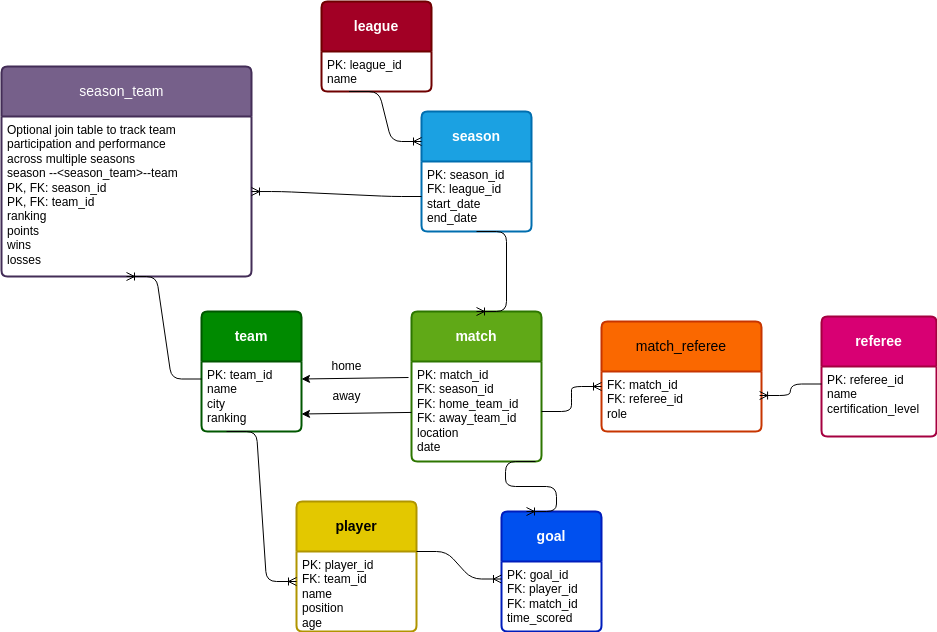
The draw.io diagram soccer_league.png in aracope/26.4_DDL_Schema-Design, before a commit. Source tidied: cells renumbered, new cells last; positions are measured from the earlier drawing's top-left corner, leaving out a move shared by most shapes. Its diagram source:
```xml
<mxGraphModel>
  <root>
    <mxCell id="0" />
    <mxCell id="1" parent="0" />
    <mxCell id="2" style="edgeStyle=none;html=1;" parent="1" edge="1" source="24" target="23">
      <mxGeometry relative="1" as="geometry" />
    </mxCell>
    <mxCell id="3" value="&lt;b&gt;referee&lt;/b&gt;" style="swimlane;horizontal=1;startSize=50;rounded=1;fontSize=14;fontStyle=0;strokeWidth=2;shadow=0;dashed=0;align=center;arcSize=4;whiteSpace=wrap;html=1;fillColor=#d80073;fontColor=#ffffff;strokeColor=#A50040;" parent="1" vertex="1">
      <mxGeometry x="820" y="315" width="115" height="120" as="geometry" />
    </mxCell>
    <mxCell id="4" value="PK: referee_id&lt;div&gt;&lt;font style=&quot;color: rgb(0, 0, 0);&quot;&gt;name&lt;/font&gt;&lt;/div&gt;&lt;div&gt;&lt;font style=&quot;color: rgb(0, 0, 0);&quot;&gt;certification_level&lt;/font&gt;&lt;/div&gt;" style="align=left;strokeColor=none;fillColor=none;spacingLeft=4;fontSize=12;verticalAlign=top;html=1;" parent="3" vertex="1">
      <mxGeometry y="50" width="115" height="70" as="geometry" />
    </mxCell>
    <mxCell id="5" value="&lt;b&gt;player&lt;/b&gt;" style="swimlane;horizontal=1;startSize=50;rounded=1;fontSize=14;fontStyle=0;strokeWidth=2;shadow=0;dashed=0;align=center;arcSize=4;whiteSpace=wrap;html=1;fillColor=#e3c800;fontColor=#000000;strokeColor=#B09500;" parent="1" vertex="1">
      <mxGeometry x="295" y="500" width="120" height="130" as="geometry" />
    </mxCell>
    <mxCell id="6" value="&lt;font style=&quot;color: rgb(0, 0, 0);&quot;&gt;PK: player_id&lt;/font&gt;&lt;div&gt;&lt;font style=&quot;color: rgb(0, 0, 0);&quot;&gt;FK: team_id&lt;/font&gt;&lt;/div&gt;&lt;div&gt;&lt;font style=&quot;color: rgb(0, 0, 0);&quot;&gt;name&lt;/font&gt;&lt;/div&gt;&lt;div&gt;&lt;font style=&quot;color: rgb(0, 0, 0);&quot;&gt;position&lt;/font&gt;&lt;/div&gt;&lt;div&gt;&lt;font style=&quot;color: rgb(0, 0, 0);&quot;&gt;age&lt;/font&gt;&lt;/div&gt;" style="align=left;strokeColor=none;fillColor=none;spacingLeft=4;fontSize=12;verticalAlign=top;html=1;" parent="5" vertex="1">
      <mxGeometry y="50" width="120" height="80" as="geometry" />
    </mxCell>
    <mxCell id="7" value="&lt;b&gt;season&lt;/b&gt;" style="swimlane;horizontal=1;startSize=50;rounded=1;fontSize=14;fontStyle=0;strokeWidth=2;shadow=0;dashed=0;align=center;arcSize=4;whiteSpace=wrap;html=1;fillColor=#1ba1e2;fontColor=#ffffff;strokeColor=#006EAF;" parent="1" vertex="1">
      <mxGeometry x="420" y="110" width="110" height="120" as="geometry" />
    </mxCell>
    <mxCell id="8" value="&lt;div&gt;&lt;font style=&quot;color: rgb(0, 0, 0);&quot;&gt;PK: season_id&lt;/font&gt;&lt;/div&gt;&lt;div&gt;&lt;font style=&quot;color: rgb(0, 0, 0);&quot;&gt;FK: league_id&lt;/font&gt;&lt;/div&gt;&lt;font style=&quot;color: rgb(0, 0, 0);&quot;&gt;start_date&lt;/font&gt;&lt;div&gt;&lt;div&gt;&lt;font style=&quot;color: rgb(0, 0, 0);&quot;&gt;end_date&lt;/font&gt;&lt;/div&gt;&lt;/div&gt;" style="align=left;strokeColor=none;fillColor=none;spacingLeft=4;fontSize=12;verticalAlign=top;html=1;" parent="7" vertex="1">
      <mxGeometry y="50" width="110" height="70" as="geometry" />
    </mxCell>
    <mxCell id="9" value="&lt;b&gt;goal&lt;/b&gt;" style="swimlane;horizontal=1;startSize=50;rounded=1;fontSize=14;fontStyle=0;strokeWidth=2;shadow=0;dashed=0;align=center;arcSize=4;whiteSpace=wrap;html=1;fillColor=#0050ef;fontColor=#ffffff;strokeColor=#001DBC;" parent="1" vertex="1">
      <mxGeometry x="500" y="510" width="100" height="120" as="geometry" />
    </mxCell>
    <mxCell id="10" value="&lt;font style=&quot;color: rgb(0, 0, 0);&quot;&gt;PK: goal_id&lt;/font&gt;&lt;div&gt;&lt;font style=&quot;color: rgb(0, 0, 0);&quot;&gt;FK: player_id&lt;/font&gt;&lt;/div&gt;&lt;div&gt;&lt;font style=&quot;color: rgb(0, 0, 0);&quot;&gt;FK: match_id&lt;/font&gt;&lt;/div&gt;&lt;div&gt;&lt;font style=&quot;color: rgb(0, 0, 0);&quot;&gt;time_scored&lt;/font&gt;&lt;/div&gt;" style="align=left;strokeColor=none;fillColor=none;spacingLeft=4;fontSize=12;verticalAlign=top;html=1;" parent="9" vertex="1">
      <mxGeometry y="50" width="100" height="70" as="geometry" />
    </mxCell>
    <mxCell id="11" value="&lt;b&gt;team&lt;/b&gt;" style="swimlane;horizontal=1;startSize=50;rounded=1;fontSize=14;fontStyle=0;strokeWidth=2;shadow=0;dashed=0;align=center;arcSize=4;whiteSpace=wrap;html=1;fillColor=#008a00;fontColor=#ffffff;strokeColor=#005700;" parent="1" vertex="1">
      <mxGeometry x="200" y="310" width="100" height="120" as="geometry" />
    </mxCell>
    <mxCell id="12" value="&lt;font style=&quot;color: rgb(0, 0, 0);&quot;&gt;PK: team_id&lt;/font&gt;&lt;div&gt;&lt;span style=&quot;background-color: transparent;&quot;&gt;&lt;font style=&quot;color: rgb(0, 0, 0);&quot;&gt;name&lt;/font&gt;&lt;/span&gt;&lt;/div&gt;&lt;div&gt;&lt;span style=&quot;background-color: transparent;&quot;&gt;&lt;font style=&quot;color: rgb(0, 0, 0);&quot;&gt;city&lt;/font&gt;&lt;/span&gt;&lt;/div&gt;&lt;div&gt;&lt;span style=&quot;background-color: transparent;&quot;&gt;&lt;font style=&quot;color: rgb(0, 0, 0);&quot;&gt;ranking&lt;/font&gt;&lt;/span&gt;&lt;/div&gt;&lt;div&gt;&lt;br&gt;&lt;/div&gt;" style="align=left;strokeColor=none;fillColor=none;spacingLeft=4;fontSize=12;verticalAlign=top;html=1;" parent="11" vertex="1">
      <mxGeometry y="50" width="100" height="70" as="geometry" />
    </mxCell>
    <mxCell id="13" value="&lt;b&gt;league&lt;/b&gt;" style="swimlane;horizontal=1;startSize=50;rounded=1;fontSize=14;fontStyle=0;strokeWidth=2;shadow=0;dashed=0;align=center;arcSize=4;whiteSpace=wrap;html=1;fillColor=#a20025;fontColor=#ffffff;strokeColor=#6F0000;" parent="1" vertex="1">
      <mxGeometry x="320" width="110" height="90" as="geometry" />
    </mxCell>
    <mxCell id="14" value="&lt;div&gt;&lt;font style=&quot;color: rgb(0, 0, 0);&quot;&gt;PK: league_id&lt;/font&gt;&lt;/div&gt;&lt;div&gt;&lt;font style=&quot;color: rgb(0, 0, 0);&quot;&gt;name&lt;/font&gt;&lt;/div&gt;" style="align=left;strokeColor=none;fillColor=none;spacingLeft=4;fontSize=12;verticalAlign=top;html=1;" parent="13" vertex="1">
      <mxGeometry y="50" width="110" height="40" as="geometry" />
    </mxCell>
    <mxCell id="15" value="&lt;b&gt;match&lt;/b&gt;" style="swimlane;horizontal=1;startSize=50;rounded=1;fontSize=14;fontStyle=0;strokeWidth=2;shadow=0;dashed=0;align=center;arcSize=4;whiteSpace=wrap;html=1;fillColor=#60a917;fontColor=#ffffff;strokeColor=#2D7600;" parent="1" vertex="1">
      <mxGeometry x="410" y="310" width="130" height="150" as="geometry" />
    </mxCell>
    <mxCell id="16" value="&lt;font style=&quot;color: rgb(0, 0, 0);&quot;&gt;PK: match_id&lt;/font&gt;&lt;div&gt;&lt;font style=&quot;color: rgb(0, 0, 0);&quot;&gt;FK: season_id&lt;/font&gt;&lt;/div&gt;&lt;div&gt;&lt;font style=&quot;color: rgb(0, 0, 0);&quot;&gt;FK: home_team_id&lt;/font&gt;&lt;/div&gt;&lt;div&gt;&lt;font style=&quot;color: rgb(0, 0, 0);&quot;&gt;FK: away_team_id&lt;/font&gt;&lt;/div&gt;&lt;div&gt;&lt;font style=&quot;color: rgb(0, 0, 0);&quot;&gt;location&lt;/font&gt;&lt;/div&gt;&lt;div&gt;&lt;font style=&quot;color: rgb(0, 0, 0);&quot;&gt;date&lt;/font&gt;&lt;/div&gt;&lt;div&gt;&lt;br&gt;&lt;/div&gt;" style="align=left;strokeColor=none;fillColor=none;spacingLeft=4;fontSize=12;verticalAlign=top;html=1;" parent="15" vertex="1">
      <mxGeometry y="50" width="130" height="100" as="geometry" />
    </mxCell>
    <mxCell id="17" style="edgeStyle=entityRelationEdgeStyle;fontSize=12;html=1;endArrow=ERoneToMany;exitX=0.5;exitY=1;exitDx=0;exitDy=0;entryX=0.5;entryY=0;entryDx=0;entryDy=0;" parent="1" edge="1" source="8" target="15">
      <mxGeometry relative="1" as="geometry" />
    </mxCell>
    <mxCell id="18" style="edgeStyle=entityRelationEdgeStyle;fontSize=12;html=1;endArrow=ERoneToMany;entryX=0;entryY=0.375;entryDx=0;entryDy=0;entryPerimeter=0;exitX=0.25;exitY=1;exitDx=0;exitDy=0;" parent="1" edge="1" source="12" target="6">
      <mxGeometry relative="1" as="geometry">
        <Array as="points">
          <mxPoint x="640" y="460" />
        </Array>
      </mxGeometry>
    </mxCell>
    <mxCell id="19" style="edgeStyle=entityRelationEdgeStyle;fontSize=12;html=1;endArrow=ERoneToMany;entryX=0;entryY=0.25;entryDx=0;entryDy=0;exitX=1;exitY=0;exitDx=0;exitDy=0;" parent="1" edge="1" source="6" target="10">
      <mxGeometry relative="1" as="geometry" />
    </mxCell>
    <mxCell id="20" style="edgeStyle=entityRelationEdgeStyle;fontSize=12;html=1;endArrow=ERoneToMany;entryX=0.25;entryY=0;entryDx=0;entryDy=0;exitX=0.954;exitY=1;exitDx=0;exitDy=0;exitPerimeter=0;" parent="1" edge="1" source="16" target="9">
      <mxGeometry relative="1" as="geometry" />
    </mxCell>
    <mxCell id="21" value="season_team&lt;span style=&quot;white-space: pre;&quot;&gt;&#9;&lt;/span&gt;" style="swimlane;horizontal=1;startSize=50;rounded=1;fontSize=14;fontStyle=0;strokeWidth=2;shadow=0;dashed=0;align=center;arcSize=4;whiteSpace=wrap;html=1;fillColor=#76608a;fontColor=#ffffff;strokeColor=#432D57;" parent="1" vertex="1">
      <mxGeometry y="65" width="250" height="210" as="geometry" />
    </mxCell>
    <mxCell id="22" value="&lt;font&gt;Optional join table to track team&lt;/font&gt;&lt;div&gt;&lt;font&gt;participation and performance&lt;/font&gt;&lt;/div&gt;&lt;div&gt;&lt;font&gt;across multiple seasons&lt;/font&gt;&lt;/div&gt;&lt;div&gt;season --&amp;lt;season_team&amp;gt;--team&lt;/div&gt;&lt;div&gt;&lt;font&gt;PK, FK: season_id&lt;/font&gt;&lt;/div&gt;&lt;div&gt;&lt;font&gt;PK, FK: team_id&lt;/font&gt;&lt;/div&gt;&lt;div&gt;&lt;font&gt;ranking&lt;/font&gt;&lt;/div&gt;&lt;div&gt;&lt;font&gt;points&lt;/font&gt;&lt;/div&gt;&lt;div&gt;wins&lt;/div&gt;&lt;div&gt;losses&lt;/div&gt;" style="align=left;strokeColor=none;fillColor=none;spacingLeft=4;fontSize=12;verticalAlign=top;html=1;" parent="21" vertex="1">
      <mxGeometry y="50" width="250" height="160" as="geometry" />
    </mxCell>
    <mxCell id="23" value="match_referee" style="swimlane;horizontal=1;startSize=50;rounded=1;fontSize=14;fontStyle=0;strokeWidth=2;shadow=0;dashed=0;align=center;arcSize=4;whiteSpace=wrap;html=1;fillColor=#fa6800;fontColor=#000000;strokeColor=#C73500;" parent="1" vertex="1">
      <mxGeometry x="600" y="320" width="160" height="110" as="geometry" />
    </mxCell>
    <mxCell id="24" value="FK: match_id&lt;div&gt;FK: referee_id&lt;/div&gt;&lt;div&gt;role&lt;/div&gt;" style="align=left;strokeColor=none;fillColor=none;spacingLeft=4;fontSize=12;verticalAlign=top;html=1;" parent="23" vertex="1">
      <mxGeometry y="50" width="160" height="60" as="geometry" />
    </mxCell>
    <mxCell id="25" style="edgeStyle=entityRelationEdgeStyle;fontSize=12;html=1;endArrow=ERoneToMany;exitX=1;exitY=0.5;exitDx=0;exitDy=0;entryX=0;entryY=0.25;entryDx=0;entryDy=0;" parent="1" edge="1" source="16" target="24">
      <mxGeometry relative="1" as="geometry">
        <Array as="points">
          <mxPoint x="537" y="415" />
          <mxPoint x="580" y="420" />
        </Array>
      </mxGeometry>
    </mxCell>
    <mxCell id="26" style="edgeStyle=entityRelationEdgeStyle;fontSize=12;html=1;endArrow=ERoneToMany;entryX=0.988;entryY=0.4;entryDx=0;entryDy=0;entryPerimeter=0;exitX=0;exitY=0.25;exitDx=0;exitDy=0;" parent="1" edge="1" source="4" target="24">
      <mxGeometry relative="1" as="geometry" />
    </mxCell>
    <mxCell id="27" value="home" style="text;html=1;align=center;verticalAlign=middle;strokeColor=none;fillColor=none;" parent="1" vertex="1">
      <mxGeometry x="320" y="350" width="50" height="30" as="geometry" />
    </mxCell>
    <mxCell id="28" style="edgeStyle=none;html=1;entryX=1;entryY=0.75;entryDx=0;entryDy=0;" parent="1" edge="1" source="16" target="12">
      <mxGeometry relative="1" as="geometry" />
    </mxCell>
    <mxCell id="29" style="edgeStyle=none;html=1;entryX=1;entryY=0.25;entryDx=0;entryDy=0;exitX=-0.023;exitY=0.16;exitDx=0;exitDy=0;exitPerimeter=0;" parent="1" edge="1" source="16" target="12">
      <mxGeometry relative="1" as="geometry" />
    </mxCell>
    <mxCell id="30" value="&lt;span&gt;&lt;font&gt;away&lt;/font&gt;&lt;/span&gt;" style="text;html=1;align=center;verticalAlign=middle;strokeColor=none;fillColor=none;" parent="1" vertex="1">
      <mxGeometry x="320" y="380" width="50" height="30" as="geometry" />
    </mxCell>
    <mxCell id="31" style="edgeStyle=entityRelationEdgeStyle;fontSize=12;html=1;endArrow=ERoneToMany;entryX=0;entryY=0.25;entryDx=0;entryDy=0;exitX=0.25;exitY=1;exitDx=0;exitDy=0;" parent="1" edge="1" source="14" target="7">
      <mxGeometry relative="1" as="geometry">
        <Array as="points">
          <mxPoint x="410" y="100" />
          <mxPoint x="410" y="100" />
          <mxPoint x="400" y="90" />
          <mxPoint x="410" y="100" />
          <mxPoint x="410" y="100" />
        </Array>
      </mxGeometry>
    </mxCell>
    <mxCell id="32" style="edgeStyle=entityRelationEdgeStyle;fontSize=12;html=1;endArrow=ERoneToMany;entryX=1;entryY=0.469;entryDx=0;entryDy=0;exitX=0;exitY=0.5;exitDx=0;exitDy=0;entryPerimeter=0;" parent="1" edge="1" source="8" target="22">
      <mxGeometry relative="1" as="geometry">
        <Array as="points">
          <mxPoint x="310" y="155" />
          <mxPoint x="310" y="155" />
          <mxPoint x="300" y="145" />
          <mxPoint x="310" y="155" />
          <mxPoint x="310" y="155" />
        </Array>
      </mxGeometry>
    </mxCell>
    <mxCell id="33" style="edgeStyle=entityRelationEdgeStyle;fontSize=12;html=1;endArrow=ERoneToMany;exitX=0;exitY=0.25;exitDx=0;exitDy=0;entryX=0.5;entryY=1;entryDx=0;entryDy=0;" parent="1" edge="1" source="12" target="22">
      <mxGeometry relative="1" as="geometry">
        <Array as="points">
          <mxPoint x="90" y="352.5" />
          <mxPoint x="90" y="352.5" />
          <mxPoint x="80" y="342.5" />
          <mxPoint x="90" y="352.5" />
          <mxPoint x="90" y="352.5" />
        </Array>
      </mxGeometry>
    </mxCell>
  </root>
</mxGraphModel>
```
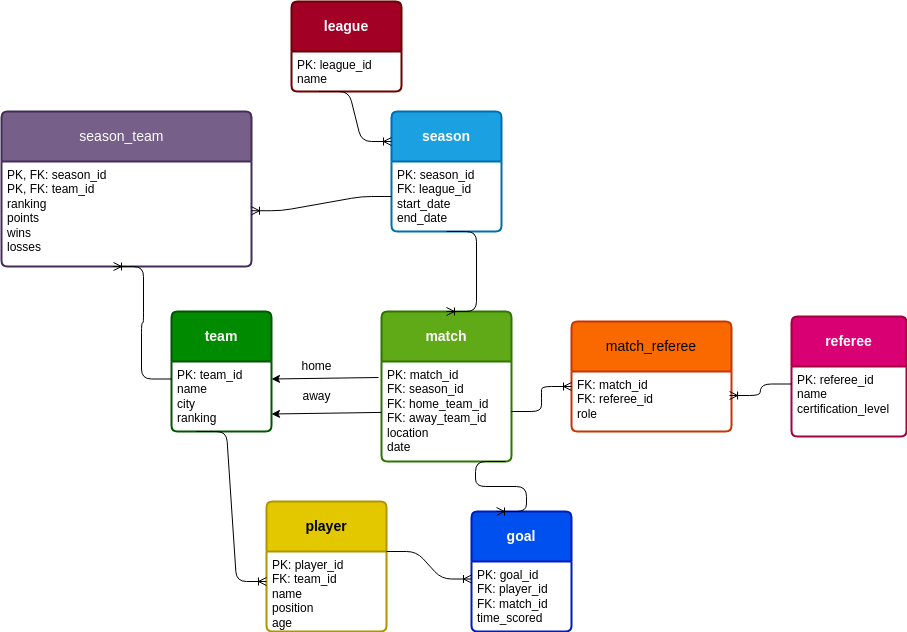
Later version of the same file.

Diff of the diagram source:
```diff
@@ -1,4 +1,4 @@
-<mxGraphModel>
+<mxGraphModel background="#FFFFFF">
   <root>
     <mxCell id="0" />
     <mxCell id="1" parent="0" />
@@ -64,15 +64,15 @@
       <mxGeometry relative="1" as="geometry" />
     </mxCell>
     <mxCell id="21" value="season_team&lt;span style=&quot;white-space: pre;&quot;&gt;&#9;&lt;/span&gt;" style="swimlane;horizontal=1;startSize=50;rounded=1;fontSize=14;fontStyle=0;strokeWidth=2;shadow=0;dashed=0;align=center;arcSize=4;whiteSpace=wrap;html=1;fillColor=#76608a;fontColor=#ffffff;strokeColor=#432D57;" parent="1" vertex="1">
-      <mxGeometry y="65" width="250" height="210" as="geometry" />
+      <mxGeometry x="30" y="110" width="250" height="155" as="geometry" />
     </mxCell>
-    <mxCell id="22" value="&lt;font&gt;Optional join table to track team&lt;/font&gt;&lt;div&gt;&lt;font&gt;participation and performance&lt;/font&gt;&lt;/div&gt;&lt;div&gt;&lt;font&gt;across multiple seasons&lt;/font&gt;&lt;/div&gt;&lt;div&gt;season --&amp;lt;season_team&amp;gt;--team&lt;/div&gt;&lt;div&gt;&lt;font&gt;PK, FK: season_id&lt;/font&gt;&lt;/div&gt;&lt;div&gt;&lt;font&gt;PK, FK: team_id&lt;/font&gt;&lt;/div&gt;&lt;div&gt;&lt;font&gt;ranking&lt;/font&gt;&lt;/div&gt;&lt;div&gt;&lt;font&gt;points&lt;/font&gt;&lt;/div&gt;&lt;div&gt;wins&lt;/div&gt;&lt;div&gt;losses&lt;/div&gt;" style="align=left;strokeColor=none;fillColor=none;spacingLeft=4;fontSize=12;verticalAlign=top;html=1;" parent="21" vertex="1">
-      <mxGeometry y="50" width="250" height="160" as="geometry" />
+    <mxCell id="22" value="&lt;div&gt;&lt;font&gt;PK, FK: season_id&lt;/font&gt;&lt;/div&gt;&lt;div&gt;&lt;font&gt;PK, FK: team_id&lt;/font&gt;&lt;/div&gt;&lt;div&gt;&lt;font&gt;ranking&lt;/font&gt;&lt;/div&gt;&lt;div&gt;&lt;font&gt;points&lt;/font&gt;&lt;/div&gt;&lt;div&gt;wins&lt;/div&gt;&lt;div&gt;losses&lt;/div&gt;" style="align=left;strokeColor=none;fillColor=none;spacingLeft=4;fontSize=12;verticalAlign=top;html=1;" parent="21" vertex="1">
+      <mxGeometry y="50" width="250" height="105" as="geometry" />
     </mxCell>
     <mxCell id="23" value="match_referee" style="swimlane;horizontal=1;startSize=50;rounded=1;fontSize=14;fontStyle=0;strokeWidth=2;shadow=0;dashed=0;align=center;arcSize=4;whiteSpace=wrap;html=1;fillColor=#fa6800;fontColor=#000000;strokeColor=#C73500;" parent="1" vertex="1">
       <mxGeometry x="600" y="320" width="160" height="110" as="geometry" />
     </mxCell>
-    <mxCell id="24" value="FK: match_id&lt;div&gt;FK: referee_id&lt;/div&gt;&lt;div&gt;role&lt;/div&gt;" style="align=left;strokeColor=none;fillColor=none;spacingLeft=4;fontSize=12;verticalAlign=top;html=1;" parent="23" vertex="1">
+    <mxCell id="24" value="&lt;font style=&quot;color: rgb(0, 0, 0);&quot;&gt;FK: match_id&lt;/font&gt;&lt;div&gt;&lt;font style=&quot;color: rgb(0, 0, 0);&quot;&gt;FK: referee_id&lt;/font&gt;&lt;/div&gt;&lt;div&gt;&lt;font style=&quot;color: rgb(0, 0, 0);&quot;&gt;role&lt;/font&gt;&lt;/div&gt;" style="align=left;strokeColor=none;fillColor=none;spacingLeft=4;fontSize=12;verticalAlign=top;html=1;" parent="23" vertex="1">
       <mxGeometry y="50" width="160" height="60" as="geometry" />
     </mxCell>
     <mxCell id="25" style="edgeStyle=entityRelationEdgeStyle;fontSize=12;html=1;endArrow=ERoneToMany;exitX=1;exitY=0.5;exitDx=0;exitDy=0;entryX=0;entryY=0.25;entryDx=0;entryDy=0;" parent="1" edge="1" source="16" target="24">
@@ -95,7 +95,7 @@
     <mxCell id="29" style="edgeStyle=none;html=1;entryX=1;entryY=0.25;entryDx=0;entryDy=0;exitX=-0.023;exitY=0.16;exitDx=0;exitDy=0;exitPerimeter=0;" parent="1" edge="1" source="16" target="12">
       <mxGeometry relative="1" as="geometry" />
     </mxCell>
-    <mxCell id="30" value="&lt;span&gt;&lt;font&gt;away&lt;/font&gt;&lt;/span&gt;" style="text;html=1;align=center;verticalAlign=middle;strokeColor=none;fillColor=none;" parent="1" vertex="1">
+    <mxCell id="30" value="&lt;span&gt;&lt;font style=&quot;color: rgb(0, 0, 0);&quot;&gt;away&lt;/font&gt;&lt;/span&gt;" style="text;html=1;align=center;verticalAlign=middle;strokeColor=none;fillColor=none;" parent="1" vertex="1">
       <mxGeometry x="320" y="380" width="50" height="30" as="geometry" />
     </mxCell>
     <mxCell id="31" style="edgeStyle=entityRelationEdgeStyle;fontSize=12;html=1;endArrow=ERoneToMany;entryX=0;entryY=0.25;entryDx=0;entryDy=0;exitX=0.25;exitY=1;exitDx=0;exitDy=0;" parent="1" edge="1" source="14" target="7">
@@ -120,11 +120,13 @@
         </Array>
       </mxGeometry>
     </mxCell>
-    <mxCell id="33" style="edgeStyle=entityRelationEdgeStyle;fontSize=12;html=1;endArrow=ERoneToMany;exitX=0;exitY=0.25;exitDx=0;exitDy=0;entryX=0.5;entryY=1;entryDx=0;entryDy=0;" parent="1" edge="1" source="12" target="22">
+    <mxCell id="33" style="edgeStyle=entityRelationEdgeStyle;fontSize=12;html=1;endArrow=ERoneToMany;exitX=0;exitY=0.25;exitDx=0;exitDy=0;entryX=0.448;entryY=1;entryDx=0;entryDy=0;entryPerimeter=0;" parent="1" edge="1" source="12" target="22">
       <mxGeometry relative="1" as="geometry">
         <Array as="points">
           <mxPoint x="90" y="352.5" />
           <mxPoint x="90" y="352.5" />
+          <mxPoint x="120" y="321" />
+          <mxPoint x="160" y="320" />
           <mxPoint x="80" y="342.5" />
           <mxPoint x="90" y="352.5" />
           <mxPoint x="90" y="352.5" />
```
